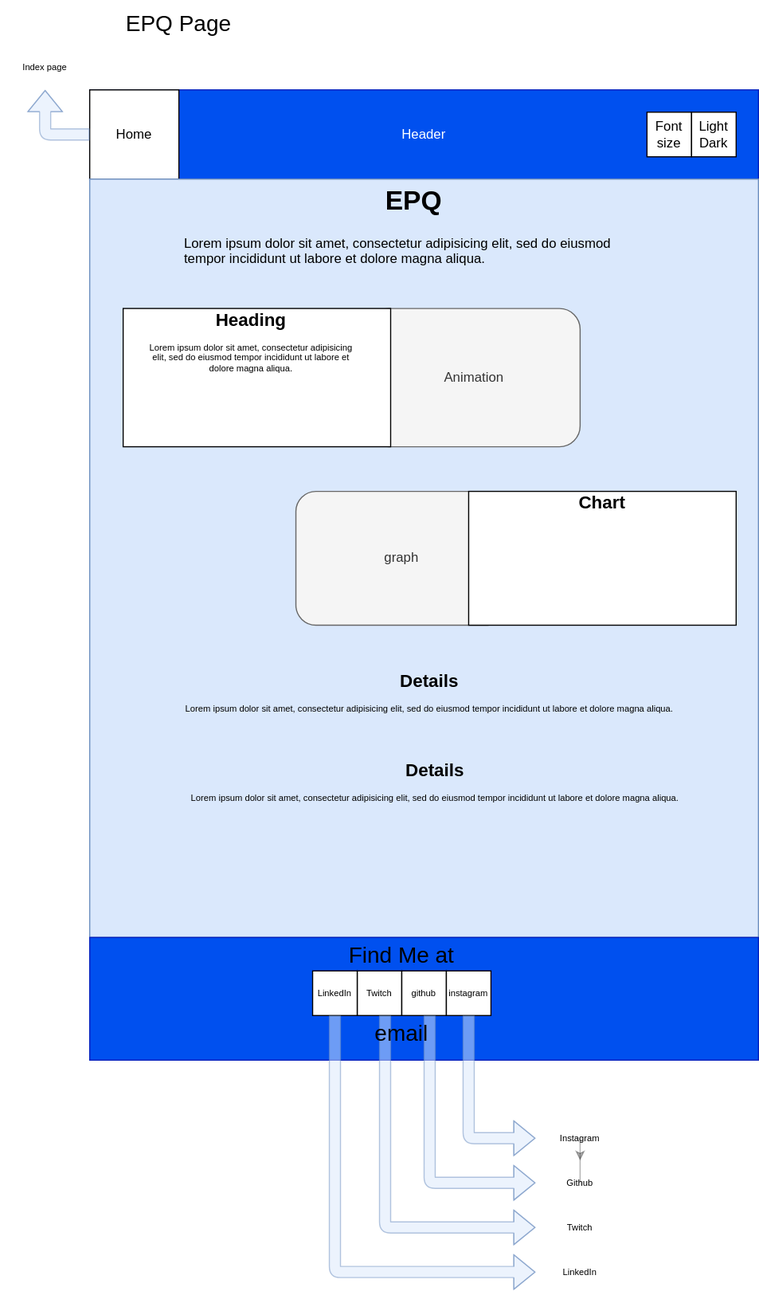
Earlier version of the draw.io export Assets/Diagrams/Wireframe-EPQ.svg (louie-jones-strong/louie-jones-strong.github.io). Source tidied: cells renumbered, new cells last; positions are measured from the earlier drawing's top-left corner, leaving out a move shared by most shapes. The source it was exported from:
```xml
<mxGraphModel>
  <root>
    <mxCell id="0" />
    <mxCell id="1" parent="0" />
    <mxCell id="2" value="Header" style="rounded=0;whiteSpace=wrap;html=1;fillColor=#0050ef;strokeColor=#001DBC;fontColor=#ffffff;" parent="1" vertex="1">
      <mxGeometry x="80" y="80" width="600" height="80" as="geometry" />
    </mxCell>
    <mxCell id="3" value="Home" style="rounded=0;whiteSpace=wrap;html=1;" parent="1" vertex="1">
      <mxGeometry x="80" y="80" width="80" height="80" as="geometry" />
    </mxCell>
    <mxCell id="4" value="Font size" style="rounded=0;whiteSpace=wrap;html=1;" parent="1" vertex="1">
      <mxGeometry x="580" y="100" width="40" height="40" as="geometry" />
    </mxCell>
    <mxCell id="5" value="Light Dark" style="rounded=0;whiteSpace=wrap;html=1;" parent="1" vertex="1">
      <mxGeometry x="620" y="100" width="40" height="40" as="geometry" />
    </mxCell>
    <mxCell id="6" style="rounded=0;whiteSpace=wrap;html=1;textOpacity=10;fillColor=#dae8fc;strokeColor=#6c8ebf;" parent="1" vertex="1">
      <mxGeometry x="80" y="160" width="600" height="680" as="geometry" />
    </mxCell>
    <mxCell id="7" value="&lt;h1 style=&quot;text-align: center&quot;&gt;EPQ&lt;/h1&gt;&lt;p&gt;Lorem ipsum dolor sit amet, consectetur adipisicing elit, sed do eiusmod tempor incididunt ut labore et dolore magna aliqua.&lt;/p&gt;" style="text;html=1;strokeColor=none;fillColor=none;spacing=5;spacingTop=-20;whiteSpace=wrap;overflow=hidden;rounded=0;" parent="1" vertex="1">
      <mxGeometry x="160" y="160" width="420" height="120" as="geometry" />
    </mxCell>
    <mxCell id="8" value="Animation" style="rounded=1;whiteSpace=wrap;html=1;fillColor=#f5f5f5;strokeColor=#666666;fontColor=#333333;" parent="1" vertex="1">
      <mxGeometry x="330" y="276" width="190" height="124" as="geometry" />
    </mxCell>
    <mxCell id="9" value="EPQ Page" style="text;html=1;strokeColor=none;fillColor=none;align=center;verticalAlign=middle;whiteSpace=wrap;rounded=0;fontSize=20;" parent="1" vertex="1">
      <mxGeometry x="80" width="160" height="40" as="geometry" />
    </mxCell>
    <mxCell id="10" value="Index page" style="text;html=1;strokeColor=none;fillColor=none;align=center;verticalAlign=middle;whiteSpace=wrap;rounded=0;fontSize=8;" parent="1" vertex="1">
      <mxGeometry y="40" width="80" height="40" as="geometry" />
    </mxCell>
    <mxCell id="11" style="shape=flexArrow;endArrow=classic;html=1;labelBackgroundColor=none;fontSize=8;fillColor=#dae8fc;opacity=50;entryX=0.5;entryY=1;entryDx=0;entryDy=0;exitX=0;exitY=0.5;exitDx=0;exitDy=0;strokeColor=#6c8ebf;" parent="1" edge="1" source="3" target="10">
      <mxGeometry relative="1" as="geometry">
        <Array as="points">
          <mxPoint x="40" y="120" />
        </Array>
      </mxGeometry>
    </mxCell>
    <mxCell id="12" style="rounded=0;whiteSpace=wrap;html=1;fontSize=8;align=center;" parent="1" vertex="1">
      <mxGeometry x="110" y="276" width="240" height="124" as="geometry" />
    </mxCell>
    <mxCell id="13" value="&lt;h1&gt;Heading&lt;/h1&gt;&lt;p&gt;Lorem ipsum dolor sit amet, consectetur adipisicing elit, sed do eiusmod tempor incididunt ut labore et dolore magna aliqua.&lt;/p&gt;" style="text;html=1;strokeColor=none;fillColor=none;spacing=5;spacingTop=-20;whiteSpace=wrap;overflow=hidden;rounded=0;fontSize=8;align=center;" parent="1" vertex="1">
      <mxGeometry x="130" y="276" width="190" height="124" as="geometry" />
    </mxCell>
    <mxCell id="14" value="graph" style="rounded=1;whiteSpace=wrap;html=1;fillColor=#f5f5f5;strokeColor=#666666;fontColor=#333333;" parent="1" vertex="1">
      <mxGeometry x="265" y="440" width="190" height="120" as="geometry" />
    </mxCell>
    <mxCell id="15" style="rounded=0;whiteSpace=wrap;html=1;fontSize=8;align=center;" parent="1" vertex="1">
      <mxGeometry x="420" y="440" width="240" height="120" as="geometry" />
    </mxCell>
    <mxCell id="16" value="&lt;h1&gt;Chart&lt;/h1&gt;" style="text;html=1;strokeColor=none;fillColor=none;spacing=5;spacingTop=-20;whiteSpace=wrap;overflow=hidden;rounded=0;fontSize=8;align=center;" parent="1" vertex="1">
      <mxGeometry x="445" y="440" width="190" height="120" as="geometry" />
    </mxCell>
    <mxCell id="17" style="rounded=0;whiteSpace=wrap;html=1;labelPosition=center;verticalLabelPosition=middle;align=center;verticalAlign=middle;fillColor=#0050ef;strokeColor=#001DBC;fontColor=#ffffff;" parent="1" vertex="1">
      <mxGeometry x="80" y="840" width="600" height="110" as="geometry" />
    </mxCell>
    <mxCell id="18" value="Twitch" style="rounded=0;whiteSpace=wrap;html=1;fontSize=8;align=center;" parent="1" vertex="1">
      <mxGeometry x="320" y="870" width="40" height="40" as="geometry" />
    </mxCell>
    <mxCell id="19" value="github" style="rounded=0;whiteSpace=wrap;html=1;fontSize=8;align=center;" parent="1" vertex="1">
      <mxGeometry x="360" y="870" width="40" height="40" as="geometry" />
    </mxCell>
    <mxCell id="20" value="instagram" style="rounded=0;whiteSpace=wrap;html=1;fontSize=8;align=center;" parent="1" vertex="1">
      <mxGeometry x="400" y="870" width="40" height="40" as="geometry" />
    </mxCell>
    <mxCell id="21" value="Find Me at" style="text;html=1;strokeColor=none;fillColor=none;align=center;verticalAlign=middle;whiteSpace=wrap;rounded=0;fontSize=20;" parent="1" vertex="1">
      <mxGeometry x="280" y="840" width="160" height="30" as="geometry" />
    </mxCell>
    <mxCell id="22" value="LinkedIn" style="rounded=0;whiteSpace=wrap;html=1;fontSize=8;align=center;" parent="1" vertex="1">
      <mxGeometry x="280" y="870" width="40" height="40" as="geometry" />
    </mxCell>
    <mxCell id="23" style="edgeStyle=orthogonalEdgeStyle;rounded=0;jettySize=auto;html=1;exitX=0.5;exitY=1;exitDx=0;exitDy=0;labelBackgroundColor=none;fontSize=8;fillColor=#ffffff;opacity=30;" parent="1" edge="1" source="24" target="29">
      <mxGeometry relative="1" as="geometry" />
    </mxCell>
    <mxCell id="24" value="Instagram" style="text;html=1;strokeColor=none;fillColor=none;align=center;verticalAlign=middle;whiteSpace=wrap;rounded=0;fontSize=8;" parent="1" vertex="1">
      <mxGeometry x="480" y="1000" width="80" height="40" as="geometry" />
    </mxCell>
    <mxCell id="25" style="shape=flexArrow;endArrow=classic;html=1;labelBackgroundColor=none;fontSize=8;opacity=50;fillColor=#dae8fc;strokeColor=#6c8ebf;entryX=0;entryY=0.5;entryDx=0;entryDy=0;entryPerimeter=0;" parent="1" edge="1" target="31">
      <mxGeometry relative="1" as="geometry">
        <mxPoint x="300" y="910" as="sourcePoint" />
        <Array as="points">
          <mxPoint x="300" y="1140" />
        </Array>
      </mxGeometry>
    </mxCell>
    <mxCell id="26" style="shape=flexArrow;endArrow=classic;html=1;labelBackgroundColor=none;fontSize=8;opacity=50;fillColor=#dae8fc;strokeColor=#6c8ebf;entryX=0;entryY=0.5;entryDx=0;entryDy=0;entryPerimeter=0;" parent="1" edge="1" target="24">
      <mxGeometry relative="1" as="geometry">
        <mxPoint x="420" y="910" as="sourcePoint" />
        <Array as="points">
          <mxPoint x="420" y="1020" />
        </Array>
      </mxGeometry>
    </mxCell>
    <mxCell id="27" style="shape=flexArrow;endArrow=classic;html=1;labelBackgroundColor=none;fontSize=8;opacity=50;fillColor=#dae8fc;strokeColor=#6c8ebf;entryX=0;entryY=0.5;entryDx=0;entryDy=0;" parent="1" edge="1" target="29">
      <mxGeometry relative="1" as="geometry">
        <mxPoint x="385" y="910" as="sourcePoint" />
        <Array as="points">
          <mxPoint x="385" y="1060" />
        </Array>
      </mxGeometry>
    </mxCell>
    <mxCell id="28" style="shape=flexArrow;endArrow=classic;html=1;labelBackgroundColor=none;fontSize=8;opacity=50;fillColor=#dae8fc;strokeColor=#6c8ebf;entryX=0;entryY=0.5;entryDx=0;entryDy=0;" parent="1" edge="1" target="30">
      <mxGeometry relative="1" as="geometry">
        <mxPoint x="345" y="910" as="sourcePoint" />
        <Array as="points">
          <mxPoint x="345" y="1100" />
        </Array>
      </mxGeometry>
    </mxCell>
    <mxCell id="29" value="Github" style="text;html=1;strokeColor=none;fillColor=none;align=center;verticalAlign=middle;whiteSpace=wrap;rounded=0;fontSize=8;" parent="1" vertex="1">
      <mxGeometry x="480" y="1040" width="80" height="40" as="geometry" />
    </mxCell>
    <mxCell id="30" value="Twitch" style="text;html=1;strokeColor=none;fillColor=none;align=center;verticalAlign=middle;whiteSpace=wrap;rounded=0;fontSize=8;" parent="1" vertex="1">
      <mxGeometry x="480" y="1080" width="80" height="40" as="geometry" />
    </mxCell>
    <mxCell id="31" value="LinkedIn" style="text;html=1;strokeColor=none;fillColor=none;align=center;verticalAlign=middle;whiteSpace=wrap;rounded=0;fontSize=8;" parent="1" vertex="1">
      <mxGeometry x="480" y="1120" width="80" height="40" as="geometry" />
    </mxCell>
    <mxCell id="32" value="email" style="text;html=1;strokeColor=none;fillColor=none;align=center;verticalAlign=middle;whiteSpace=wrap;rounded=0;fontSize=20;" parent="1" vertex="1">
      <mxGeometry x="280" y="910" width="160" height="30" as="geometry" />
    </mxCell>
    <mxCell id="33" value="&lt;h1&gt;Details&lt;/h1&gt;&lt;p&gt;Lorem ipsum dolor sit amet, consectetur adipisicing elit, sed do eiusmod tempor incididunt ut labore et dolore magna aliqua.&lt;/p&gt;" style="text;html=1;strokeColor=none;fillColor=none;spacing=5;spacingTop=-20;whiteSpace=wrap;overflow=hidden;rounded=0;fontSize=8;align=center;" parent="1" vertex="1">
      <mxGeometry x="140" y="600" width="490" height="80" as="geometry" />
    </mxCell>
    <mxCell id="34" value="&lt;h1&gt;Details&lt;/h1&gt;&lt;p&gt;Lorem ipsum dolor sit amet, consectetur adipisicing elit, sed do eiusmod tempor incididunt ut labore et dolore magna aliqua.&lt;/p&gt;" style="text;html=1;strokeColor=none;fillColor=none;spacing=5;spacingTop=-20;whiteSpace=wrap;overflow=hidden;rounded=0;fontSize=8;align=center;" parent="1" vertex="1">
      <mxGeometry x="145" y="680" width="490" height="80" as="geometry" />
    </mxCell>
  </root>
</mxGraphModel>
```
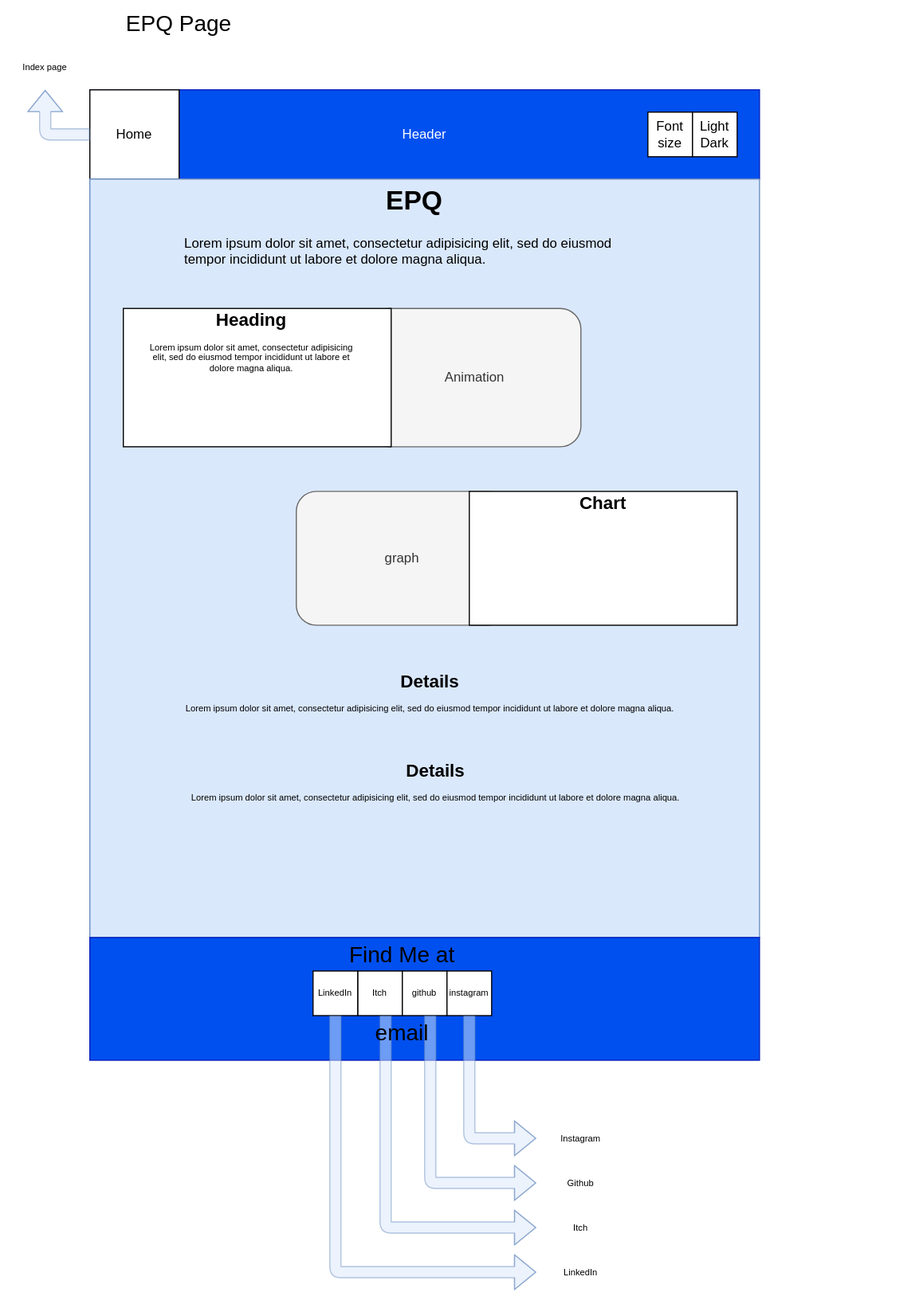
Above is the later version.

Commit message:
Image Borders added. Twitch changed to Itch.

Change to the diagram source:
```diff
@@ -54,7 +54,7 @@
     <mxCell id="17" style="rounded=0;whiteSpace=wrap;html=1;labelPosition=center;verticalLabelPosition=middle;align=center;verticalAlign=middle;fillColor=#0050ef;strokeColor=#001DBC;fontColor=#ffffff;" parent="1" vertex="1">
       <mxGeometry x="80" y="840" width="600" height="110" as="geometry" />
     </mxCell>
-    <mxCell id="18" value="Twitch" style="rounded=0;whiteSpace=wrap;html=1;fontSize=8;align=center;" parent="1" vertex="1">
+    <mxCell id="18" value="Itch" style="rounded=0;whiteSpace=wrap;html=1;fontSize=8;align=center;" parent="1" vertex="1">
       <mxGeometry x="320" y="870" width="40" height="40" as="geometry" />
     </mxCell>
     <mxCell id="19" value="github" style="rounded=0;whiteSpace=wrap;html=1;fontSize=8;align=center;" parent="1" vertex="1">
@@ -69,9 +69,6 @@
     <mxCell id="22" value="LinkedIn" style="rounded=0;whiteSpace=wrap;html=1;fontSize=8;align=center;" parent="1" vertex="1">
       <mxGeometry x="280" y="870" width="40" height="40" as="geometry" />
     </mxCell>
-    <mxCell id="23" style="edgeStyle=orthogonalEdgeStyle;rounded=0;jettySize=auto;html=1;exitX=0.5;exitY=1;exitDx=0;exitDy=0;labelBackgroundColor=none;fontSize=8;fillColor=#ffffff;opacity=30;" parent="1" edge="1" source="24" target="29">
-      <mxGeometry relative="1" as="geometry" />
-    </mxCell>
     <mxCell id="24" value="Instagram" style="text;html=1;strokeColor=none;fillColor=none;align=center;verticalAlign=middle;whiteSpace=wrap;rounded=0;fontSize=8;" parent="1" vertex="1">
       <mxGeometry x="480" y="1000" width="80" height="40" as="geometry" />
     </mxCell>
@@ -110,7 +107,7 @@
     <mxCell id="29" value="Github" style="text;html=1;strokeColor=none;fillColor=none;align=center;verticalAlign=middle;whiteSpace=wrap;rounded=0;fontSize=8;" parent="1" vertex="1">
       <mxGeometry x="480" y="1040" width="80" height="40" as="geometry" />
     </mxCell>
-    <mxCell id="30" value="Twitch" style="text;html=1;strokeColor=none;fillColor=none;align=center;verticalAlign=middle;whiteSpace=wrap;rounded=0;fontSize=8;" parent="1" vertex="1">
+    <mxCell id="30" value="Itch" style="text;html=1;strokeColor=none;fillColor=none;align=center;verticalAlign=middle;whiteSpace=wrap;rounded=0;fontSize=8;" parent="1" vertex="1">
       <mxGeometry x="480" y="1080" width="80" height="40" as="geometry" />
     </mxCell>
     <mxCell id="31" value="LinkedIn" style="text;html=1;strokeColor=none;fillColor=none;align=center;verticalAlign=middle;whiteSpace=wrap;rounded=0;fontSize=8;" parent="1" vertex="1">
```
